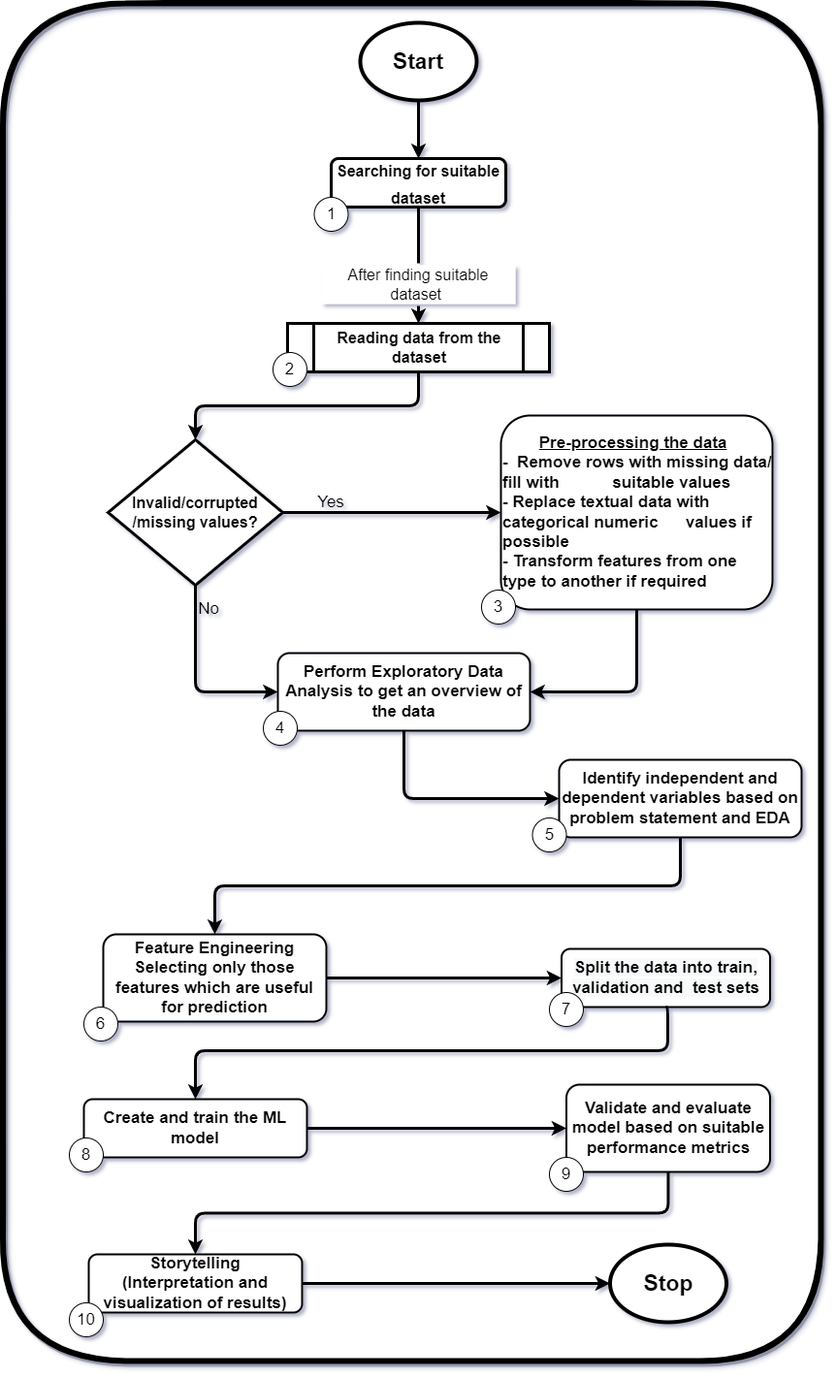
This is project_flow_design.png from kaivalyap/airbnb_price_pred, a draw.io export, as it was before one commit. Source tidied: cells renumbered, new cells last; positions are measured from the earlier drawing's top-left corner, leaving out a move shared by most shapes.
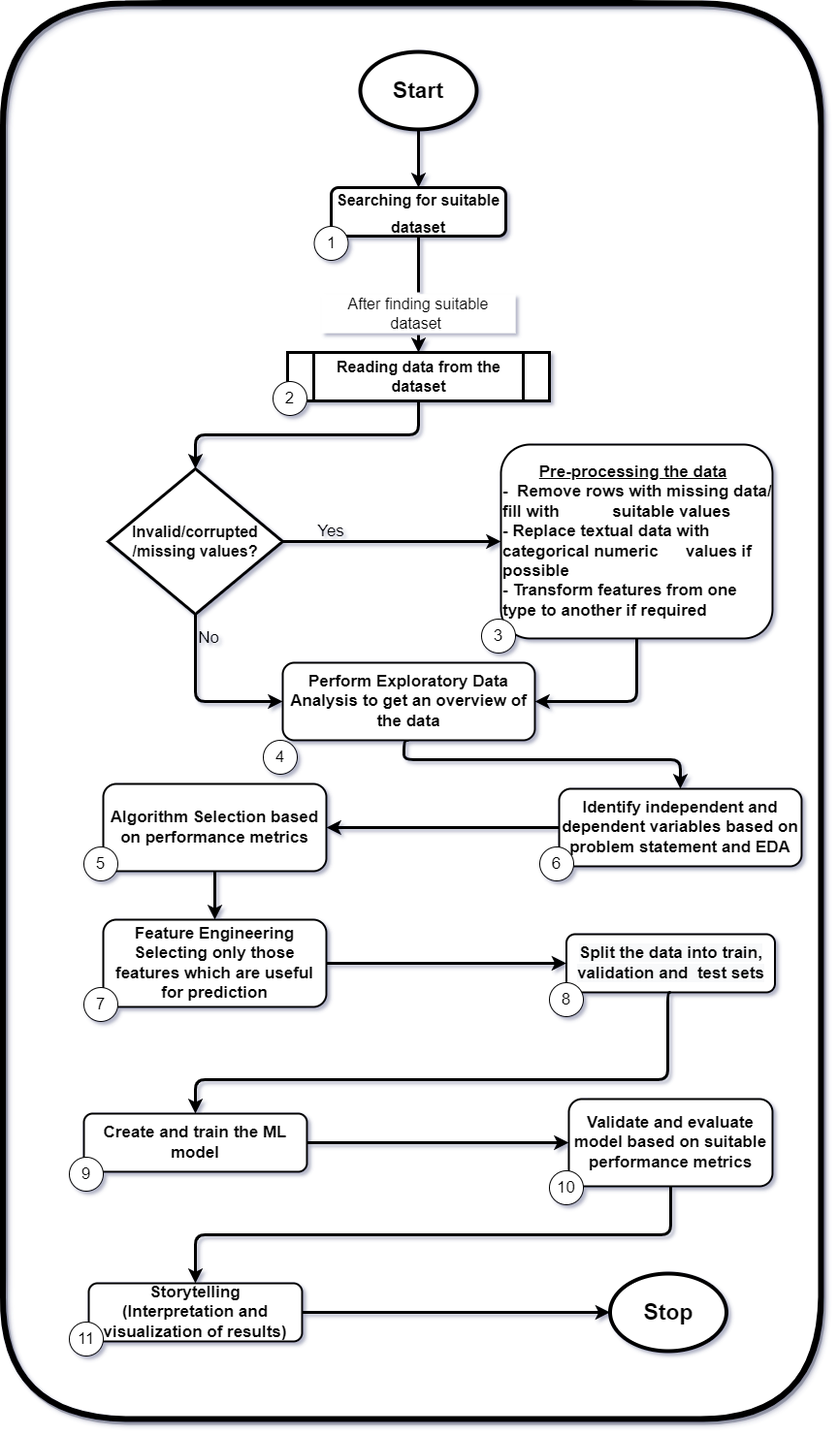
After the commit.

The edit, as a diff of the source:
```diff
@@ -3,7 +3,7 @@
     <mxCell id="0" />
     <mxCell id="1" parent="0" />
     <mxCell id="2" style="rounded=1;whiteSpace=wrap;html=1;fontSize=17;strokeColor=default;strokeWidth=6;fillColor=none;gradientColor=none;perimeterSpacing=8;glass=1;shadow=1;sketch=1;" parent="1" vertex="1">
-      <mxGeometry x="0.5" width="843.5" height="1400" as="geometry" />
+      <mxGeometry x="0.5" y="-30" width="843.5" height="1460" as="geometry" />
     </mxCell>
     <mxCell id="3" style="edgeStyle=orthogonalEdgeStyle;rounded=1;jettySize=auto;html=1;fontSize=23;entryX=0.5;entryY=0;entryDx=0;entryDy=0;strokeWidth=3;" parent="1" edge="1" source="4" target="6">
       <mxGeometry relative="1" as="geometry" />
@@ -34,10 +34,10 @@
     <mxCell id="11" style="edgeStyle=orthogonalEdgeStyle;rounded=1;jettySize=auto;html=1;exitX=1;exitY=0.5;exitDx=0;exitDy=0;fontSize=16;strokeWidth=3;" parent="1" edge="1" source="13" target="15">
       <mxGeometry relative="1" as="geometry" />
     </mxCell>
-    <mxCell id="12" style="edgeStyle=orthogonalEdgeStyle;rounded=1;jettySize=auto;html=1;exitX=0.5;exitY=1;exitDx=0;exitDy=0;fontSize=17;strokeWidth=3;" parent="1" edge="1" source="13" target="19">
+    <mxCell id="12" style="edgeStyle=orthogonalEdgeStyle;rounded=1;jettySize=auto;html=1;exitX=0.5;exitY=1;exitDx=0;exitDy=0;fontSize=17;strokeWidth=3;entryX=0;entryY=0.5;entryDx=0;entryDy=0;" parent="1" edge="1" source="13" target="19">
       <mxGeometry relative="1" as="geometry">
         <Array as="points">
-          <mxPoint x="199" y="710" />
+          <mxPoint x="199" y="690" />
         </Array>
       </mxGeometry>
     </mxCell>
@@ -59,33 +59,35 @@
     <mxCell id="18" style="edgeStyle=orthogonalEdgeStyle;rounded=1;jettySize=auto;html=1;fontSize=17;strokeWidth=3;exitX=0.5;exitY=1;exitDx=0;exitDy=0;" parent="1" edge="1" source="19" target="21">
       <mxGeometry relative="1" as="geometry">
         <Array as="points">
-          <mxPoint x="414" y="820" />
+          <mxPoint x="414" y="730" />
+          <mxPoint x="414" y="750" />
+          <mxPoint x="699" y="750" />
         </Array>
       </mxGeometry>
     </mxCell>
     <mxCell id="19" value="&lt;b&gt;Perform Exploratory Data Analysis to get an overview of the data&lt;/b&gt;" style="rounded=1;whiteSpace=wrap;html=1;fontSize=17;strokeColor=default;strokeWidth=2;fillColor=default;gradientColor=none;" parent="1" vertex="1">
-      <mxGeometry x="284" y="670" width="260" height="80" as="geometry" />
+      <mxGeometry x="289" y="650" width="260" height="80" as="geometry" />
     </mxCell>
-    <mxCell id="20" style="edgeStyle=orthogonalEdgeStyle;rounded=1;jettySize=auto;html=1;exitX=0.5;exitY=1;exitDx=0;exitDy=0;fontSize=17;strokeWidth=3;" parent="1" edge="1" source="21" target="22">
+    <mxCell id="20" style="edgeStyle=orthogonalEdgeStyle;rounded=1;jettySize=auto;html=1;exitX=0;exitY=0.5;exitDx=0;exitDy=0;fontSize=17;strokeWidth=3;entryX=1;entryY=0.5;entryDx=0;entryDy=0;" parent="1" edge="1" source="21" target="43">
       <mxGeometry relative="1" as="geometry" />
     </mxCell>
     <mxCell id="21" value="&lt;b&gt;Identify independent and dependent variables based on problem statement and EDA&lt;/b&gt;" style="rounded=1;whiteSpace=wrap;html=1;fontSize=17;strokeColor=default;strokeWidth=2;fillColor=default;gradientColor=none;" parent="1" vertex="1">
       <mxGeometry x="574" y="780" width="250" height="80" as="geometry" />
     </mxCell>
     <mxCell id="22" value="&lt;b style=&quot;font-family: &amp;#34;helvetica&amp;#34;&quot;&gt;Feature Engineering&lt;/b&gt;&lt;br style=&quot;font-family: &amp;#34;helvetica&amp;#34;&quot;&gt;&lt;b style=&quot;font-family: &amp;#34;helvetica&amp;#34;&quot;&gt;Selecting only those features which are useful for prediction&lt;/b&gt;" style="rounded=1;whiteSpace=wrap;html=1;fontSize=17;strokeColor=default;strokeWidth=2;fillColor=default;gradientColor=none;" parent="1" vertex="1">
-      <mxGeometry x="104" y="960" width="230" height="90" as="geometry" />
+      <mxGeometry x="104" y="915" width="230" height="90" as="geometry" />
     </mxCell>
     <mxCell id="23" style="edgeStyle=orthogonalEdgeStyle;rounded=1;jettySize=auto;html=1;fontSize=17;strokeWidth=3;" parent="1" edge="1" source="24" target="26">
       <mxGeometry relative="1" as="geometry" />
     </mxCell>
     <mxCell id="24" value="&lt;b&gt;Create and train the ML model&lt;/b&gt;" style="whiteSpace=wrap;html=1;rounded=1;fontSize=17;strokeWidth=2;" parent="1" vertex="1">
-      <mxGeometry x="84" y="1130" width="230" height="60" as="geometry" />
+      <mxGeometry x="84" y="1115" width="230" height="60" as="geometry" />
     </mxCell>
     <mxCell id="25" style="edgeStyle=orthogonalEdgeStyle;rounded=1;jettySize=auto;html=1;exitX=0.5;exitY=1;exitDx=0;exitDy=0;fontSize=17;strokeWidth=3;entryX=0.5;entryY=0;entryDx=0;entryDy=0;" parent="1" edge="1" source="26" target="28">
       <mxGeometry relative="1" as="geometry" />
     </mxCell>
     <mxCell id="26" value="&lt;b&gt;Validate and evaluate model based on suitable performance metrics&lt;/b&gt;" style="whiteSpace=wrap;html=1;rounded=1;fontSize=17;strokeWidth=2;" parent="1" vertex="1">
-      <mxGeometry x="581.5" y="1115" width="210" height="90" as="geometry" />
+      <mxGeometry x="584" y="1100" width="210" height="90" as="geometry" />
     </mxCell>
     <mxCell id="27" value="&lt;b&gt;&lt;font style=&quot;font-size: 23px&quot;&gt;Stop&lt;/font&gt;&lt;/b&gt;" style="ellipse;whiteSpace=wrap;html=1;strokeWidth=4;" parent="1" vertex="1">
       <mxGeometry x="626.5" y="1280" width="120" height="80" as="geometry" />
@@ -97,7 +99,7 @@
       <mxGeometry relative="1" as="geometry" />
     </mxCell>
     <mxCell id="30" value="&#10;&#10;&lt;b style=&quot;color: rgb(0, 0, 0); font-family: helvetica; font-size: 17px; font-style: normal; letter-spacing: normal; text-align: center; text-indent: 0px; text-transform: none; word-spacing: 0px; background-color: rgb(248, 249, 250);&quot;&gt;Split the data into train, validation and&amp;nbsp; test sets&lt;/b&gt;&#10;&#10;" style="rounded=1;whiteSpace=wrap;html=1;fontSize=17;strokeColor=default;strokeWidth=2;fillColor=default;gradientColor=none;align=center;" parent="1" vertex="1">
-      <mxGeometry x="576.5" y="975" width="215" height="60" as="geometry" />
+      <mxGeometry x="581.5" y="930" width="215" height="60" as="geometry" />
     </mxCell>
     <mxCell id="31" style="edgeStyle=orthogonalEdgeStyle;rounded=1;jettySize=auto;html=1;fontSize=17;strokeWidth=3;entryX=0;entryY=0.5;entryDx=0;entryDy=0;exitX=1;exitY=0.5;exitDx=0;exitDy=0;" parent="1" edge="1" source="22" target="30">
       <mxGeometry relative="1" as="geometry" />
@@ -116,9 +118,6 @@
     <mxCell id="34" value="2" style="ellipse;whiteSpace=wrap;html=1;fontSize=17;" parent="1" vertex="1">
       <mxGeometry x="279" y="360" width="35" height="35" as="geometry" />
     </mxCell>
-    <mxCell id="35" value="5" style="ellipse;whiteSpace=wrap;html=1;fontSize=17;" parent="1" vertex="1">
-      <mxGeometry x="546.5" y="840" width="35" height="35" as="geometry" />
-    </mxCell>
     <mxCell id="36" value="3" style="ellipse;whiteSpace=wrap;html=1;fontSize=17;" parent="1" vertex="1">
       <mxGeometry x="494" y="605" width="35" height="35" as="geometry" />
     </mxCell>
@@ -126,19 +125,31 @@
       <mxGeometry x="269" y="730" width="35" height="35" as="geometry" />
     </mxCell>
     <mxCell id="38" value="6" style="ellipse;whiteSpace=wrap;html=1;fontSize=17;" parent="1" vertex="1">
-      <mxGeometry x="84" y="1035" width="35" height="35" as="geometry" />
+      <mxGeometry x="554" y="840" width="35" height="35" as="geometry" />
     </mxCell>
     <mxCell id="39" value="7" style="ellipse;whiteSpace=wrap;html=1;fontSize=17;" parent="1" vertex="1">
-      <mxGeometry x="564" y="1020" width="35" height="35" as="geometry" />
+      <mxGeometry x="84" y="985" width="35" height="35" as="geometry" />
     </mxCell>
     <mxCell id="40" value="8" style="ellipse;whiteSpace=wrap;html=1;fontSize=17;" parent="1" vertex="1">
-      <mxGeometry x="69" y="1170" width="35" height="35" as="geometry" />
+      <mxGeometry x="564" y="980" width="35" height="35" as="geometry" />
     </mxCell>
     <mxCell id="41" value="9" style="ellipse;whiteSpace=wrap;html=1;fontSize=17;" parent="1" vertex="1">
-      <mxGeometry x="564" y="1190" width="35" height="35" as="geometry" />
+      <mxGeometry x="69" y="1160" width="35" height="35" as="geometry" />
     </mxCell>
     <mxCell id="42" value="10" style="ellipse;whiteSpace=wrap;html=1;fontSize=17;" parent="1" vertex="1">
-      <mxGeometry x="69" y="1340" width="35" height="35" as="geometry" />
+      <mxGeometry x="564" y="1174" width="35" height="35" as="geometry" />
     </mxCell>
+    <mxCell id="43" value="&lt;font face=&quot;helvetica&quot;&gt;&lt;b&gt;Algorithm Selection based on performance metrics&lt;/b&gt;&lt;/font&gt;" style="rounded=1;whiteSpace=wrap;html=1;fontSize=17;strokeColor=default;strokeWidth=2;fillColor=default;gradientColor=none;" parent="1" vertex="1">
+      <mxGeometry x="104" y="775" width="230" height="90" as="geometry" />
+    </mxCell>
+    <mxCell id="44" style="edgeStyle=orthogonalEdgeStyle;rounded=1;jettySize=auto;html=1;fontSize=23;strokeWidth=3;exitX=0.5;exitY=1;exitDx=0;exitDy=0;" parent="1" edge="1" source="43" target="22">
+      <mxGeometry relative="1" as="geometry" />
+    </mxCell>
+    <mxCell id="35" value="5" style="ellipse;whiteSpace=wrap;html=1;fontSize=17;" parent="1" vertex="1">
+      <mxGeometry x="84" y="840" width="35" height="35" as="geometry" />
+    </mxCell>
+    <mxCell id="45" value="11" style="ellipse;whiteSpace=wrap;html=1;fontSize=17;" parent="1" vertex="1">
+      <mxGeometry x="69" y="1330" width="35" height="35" as="geometry" />
+    </mxCell>
   </root>
 </mxGraphModel>
```
